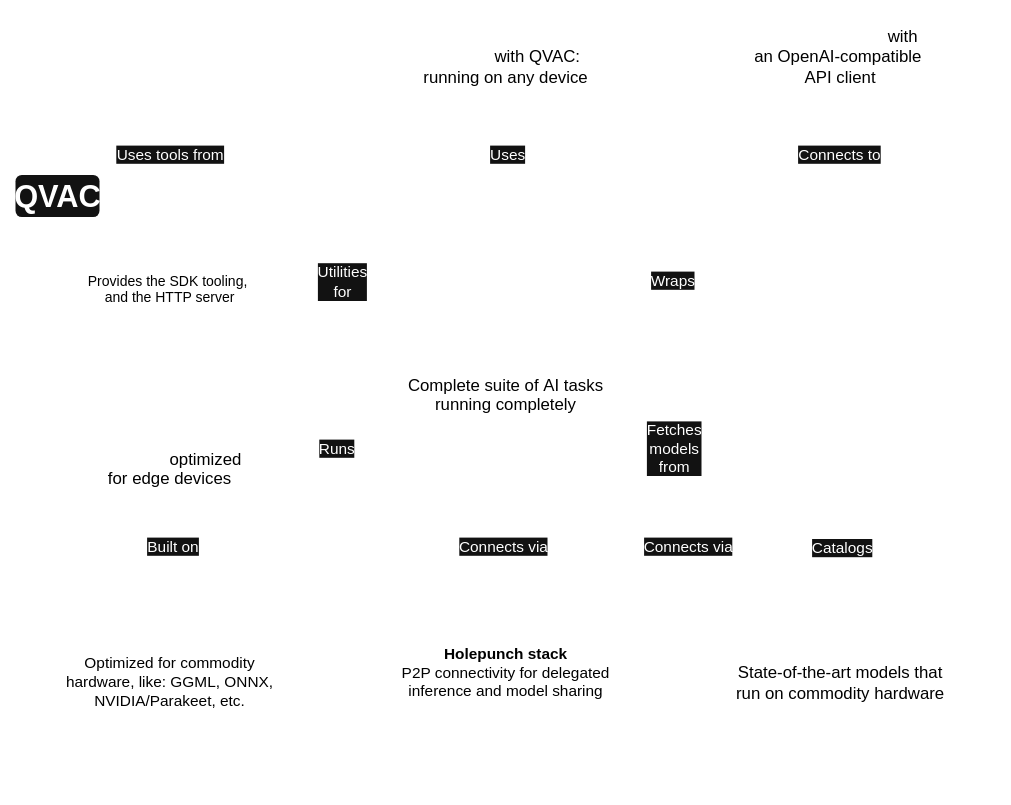
This is docs/website/public/diagrams/system-overview-dark.svg from tetherto/qvac, a draw.io export, as it was before one commit. Source tidied: cells renumbered, new cells last; positions are measured from the earlier drawing's top-left corner, leaving out a move shared by most shapes.
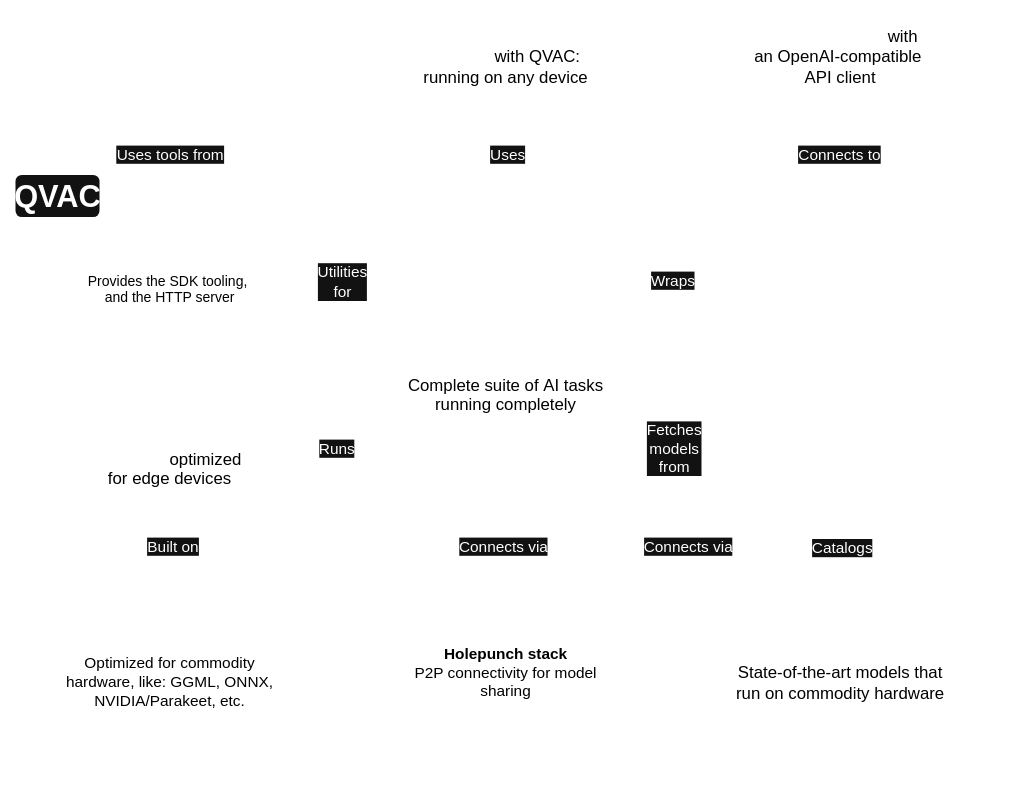
The same diagram one commit later.

Commit message:
doc: drop "delegated inference" label from system-overview diagrams

The edit, as a diff of the source:
```diff
@@ -107,7 +107,7 @@
         <mxPoint y="3" as="offset" />
       </mxGeometry>
     </mxCell>
-    <mxCell id="29" value="&lt;div&gt;&lt;span style=&quot;background-color: transparent; color: light-dark(rgb(0, 0, 0), rgb(255, 255, 255));&quot;&gt;&lt;b&gt;Holepunch stack&lt;/b&gt;&lt;/span&gt;&lt;/div&gt;&lt;div&gt;&lt;span style=&quot;background-color: transparent; color: light-dark(rgb(0, 0, 0), rgb(255, 255, 255));&quot;&gt;P2P connectivity for delegated inference and model sharing&lt;/span&gt;&lt;/div&gt;" style="rounded=1;whiteSpace=wrap;html=1;fillColor=none;align=center;verticalAlign=middle;fontSize=11;comic=0;" parent="3" vertex="1">
+    <mxCell id="29" value="&lt;div&gt;&lt;span style=&quot;background-color: transparent; color: light-dark(rgb(0, 0, 0), rgb(255, 255, 255));&quot;&gt;&lt;b&gt;Holepunch stack&lt;/b&gt;&lt;/span&gt;&lt;/div&gt;&lt;div&gt;&lt;span style=&quot;background-color: transparent; color: light-dark(rgb(0, 0, 0), rgb(255, 255, 255));&quot;&gt;P2P connectivity for model sharing&lt;/span&gt;&lt;/div&gt;" style="rounded=1;whiteSpace=wrap;html=1;fillColor=none;align=center;verticalAlign=middle;fontSize=11;comic=0;" parent="3" vertex="1">
       <mxGeometry x="281" y="440" width="160" height="80" as="geometry" />
     </mxCell>
     <mxCell id="30" value="Fetches&lt;div&gt;models&lt;/div&gt;&lt;div&gt;from&lt;/div&gt;" style="endArrow=classic;html=1;rounded=1;entryX=0;entryY=0.5;entryDx=0;entryDy=0;comic=0;" parent="3" edge="1" target="24">
```
